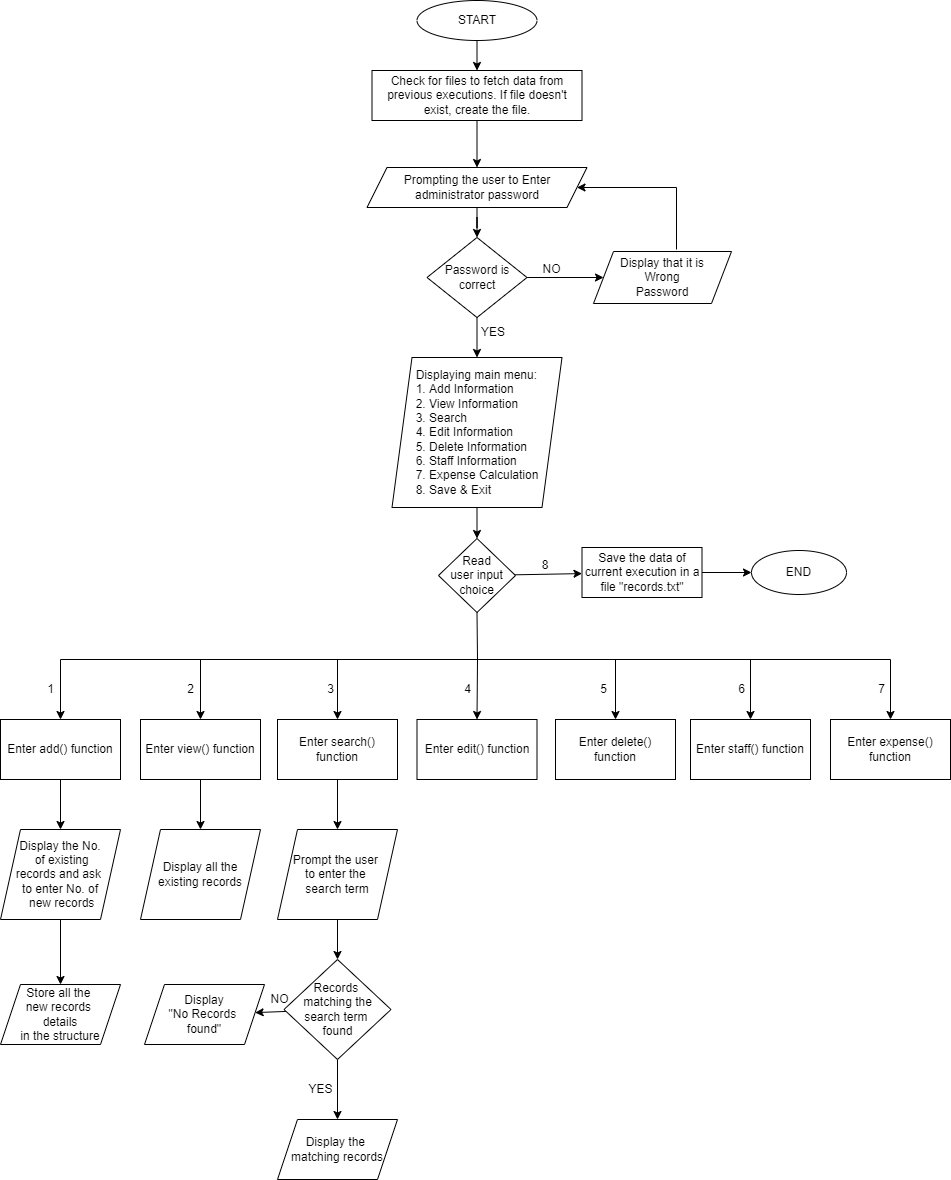
The draw.io diagram Flowchart.png in adivishnu-a/Hospital-Management-System, before a commit. Source tidied: cells renumbered, new cells last; positions are measured from the earlier drawing's top-left corner, leaving out a move shared by most shapes.
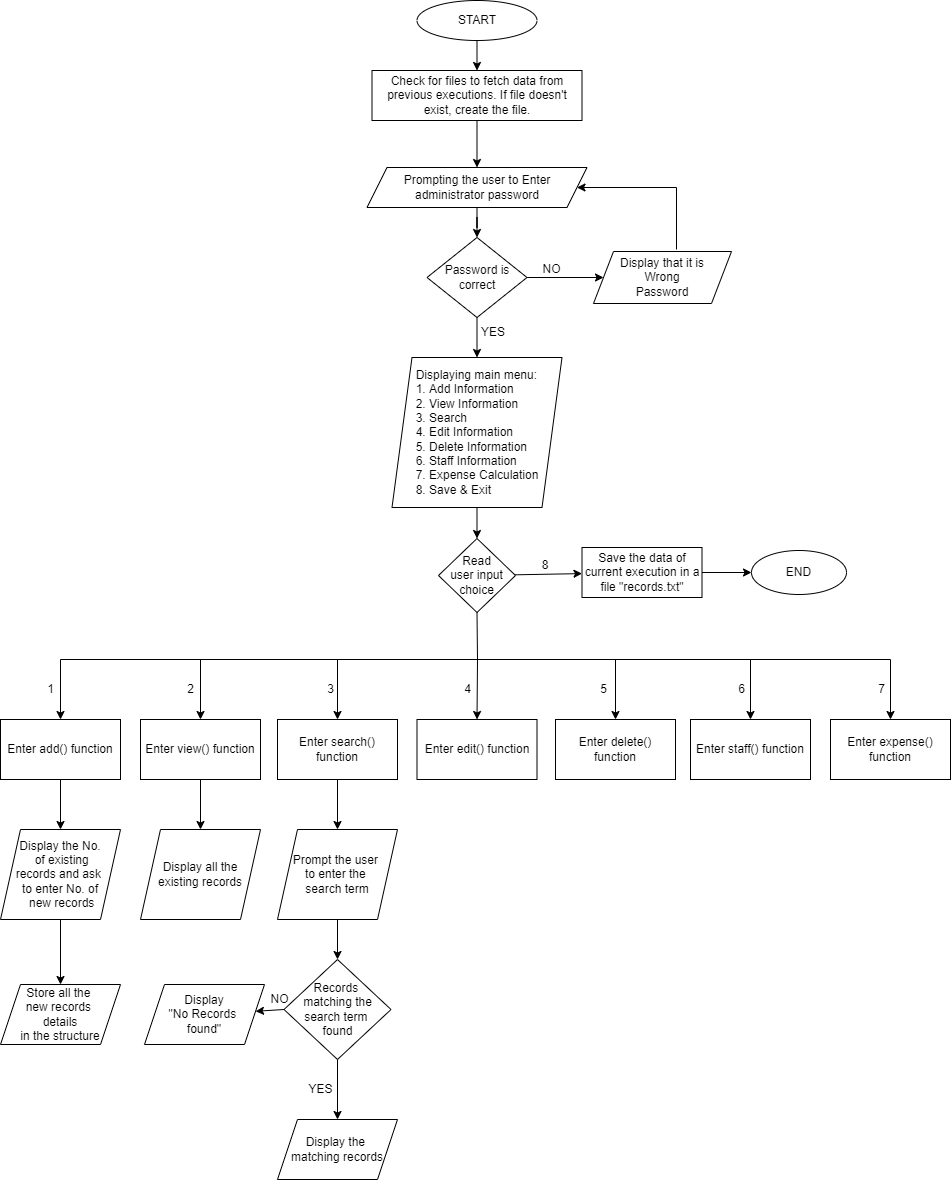
After the commit.

What changed in the source:
```diff
@@ -182,7 +182,7 @@
     <mxCell id="53" value="Prompt the user &lt;br&gt;to enter the &lt;br&gt;search term" style="shape=parallelogram;perimeter=parallelogramPerimeter;whiteSpace=wrap;html=1;fixedSize=1;rounded=0;align=center;" parent="1" vertex="1">
       <mxGeometry x="277" y="829" width="120" height="90" as="geometry" />
     </mxCell>
-    <mxCell id="54" style="edgeStyle=none;rounded=0;jettySize=auto;html=1;fontColor=#3399FF;" parent="1" edge="1" source="56" target="57">
+    <mxCell id="54" style="edgeStyle=none;rounded=0;jettySize=auto;html=1;fontColor=#3399FF;exitX=0;exitY=0.5;exitDx=0;exitDy=0;" parent="1" edge="1" source="56" target="57">
       <mxGeometry relative="1" as="geometry" />
     </mxCell>
     <mxCell id="55" style="edgeStyle=none;rounded=0;jettySize=auto;html=1;fontColor=#000000;" parent="1" edge="1" source="56" target="60">
```
